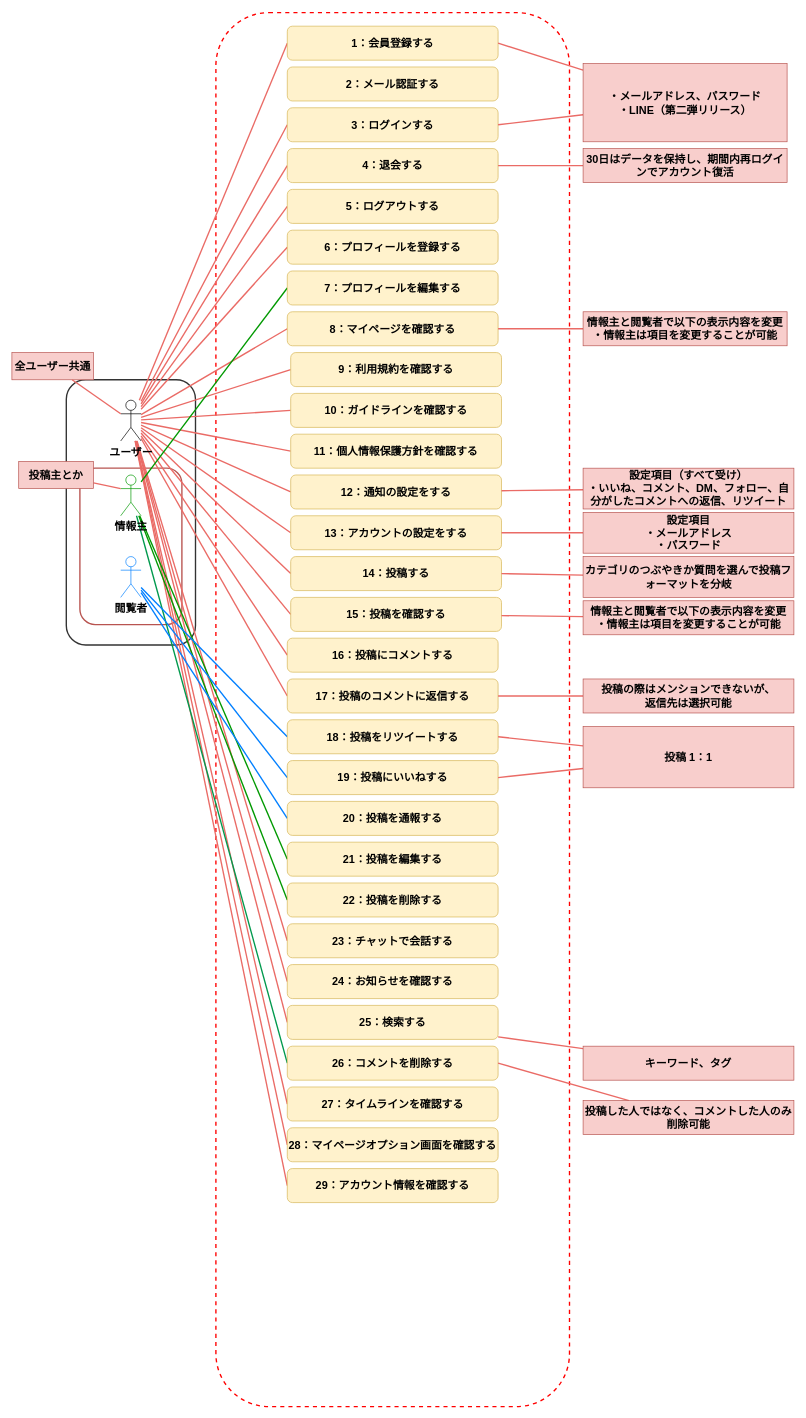
Before: page "ユースケース図" (1 of 2) of modeling.drawio in haseryo0403/VenTal, a draw.io diagram. Source tidied: cells renumbered, new cells numbered last; positions are measured from the earlier drawing's top-left corner, leaving out a move shared by most shapes. Both pictures are drawn from the tidied source at 68%, with x=0, y=0 at pixel (12, 12).
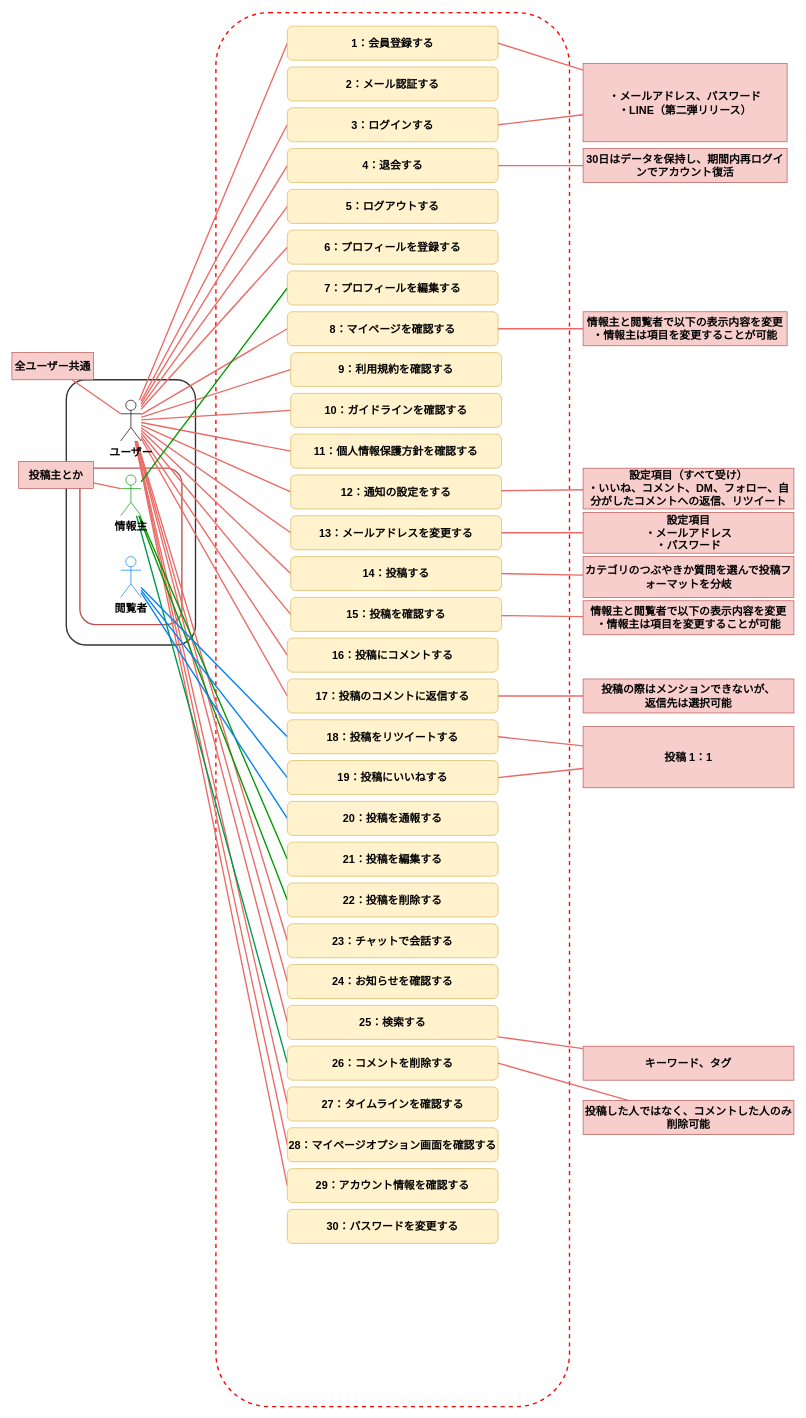
The same diagram, later.

The edit, as a diff of the source:
```diff
@@
-    <mxCell id="51" value="13：アカウントの設定をする" style="rounded=1;whiteSpace=wrap;html=1;strokeColor=#d6b656;align=center;verticalAlign=middle;fontFamily=Helvetica;fontSize=16;fontStyle=1;fillColor=#fff2cc;" parent="1" vertex="1">
+    <mxCell id="51" value="13：メールアドレスを変更する" style="rounded=1;whiteSpace=wrap;html=1;strokeColor=#d6b656;align=center;verticalAlign=middle;fontFamily=Helvetica;fontSize=16;fontStyle=1;fillColor=#fff2cc;" parent="1" vertex="1">
       <mxGeometry x="410" y="740" width="310" height="50" as="geometry" />
     </mxCell>
@@
+    <mxCell id="94" value="&lt;span style=&quot;background-color: initial;&quot;&gt;30：パスワードを変更する&lt;/span&gt;" style="rounded=1;whiteSpace=wrap;html=1;strokeColor=#d6b656;align=center;verticalAlign=middle;fontFamily=Helvetica;fontSize=16;fontStyle=1;fillColor=#fff2cc;" parent="1" vertex="1">
+      <mxGeometry x="405" y="1760" width="310" height="50" as="geometry" />
+    </mxCell>
```
